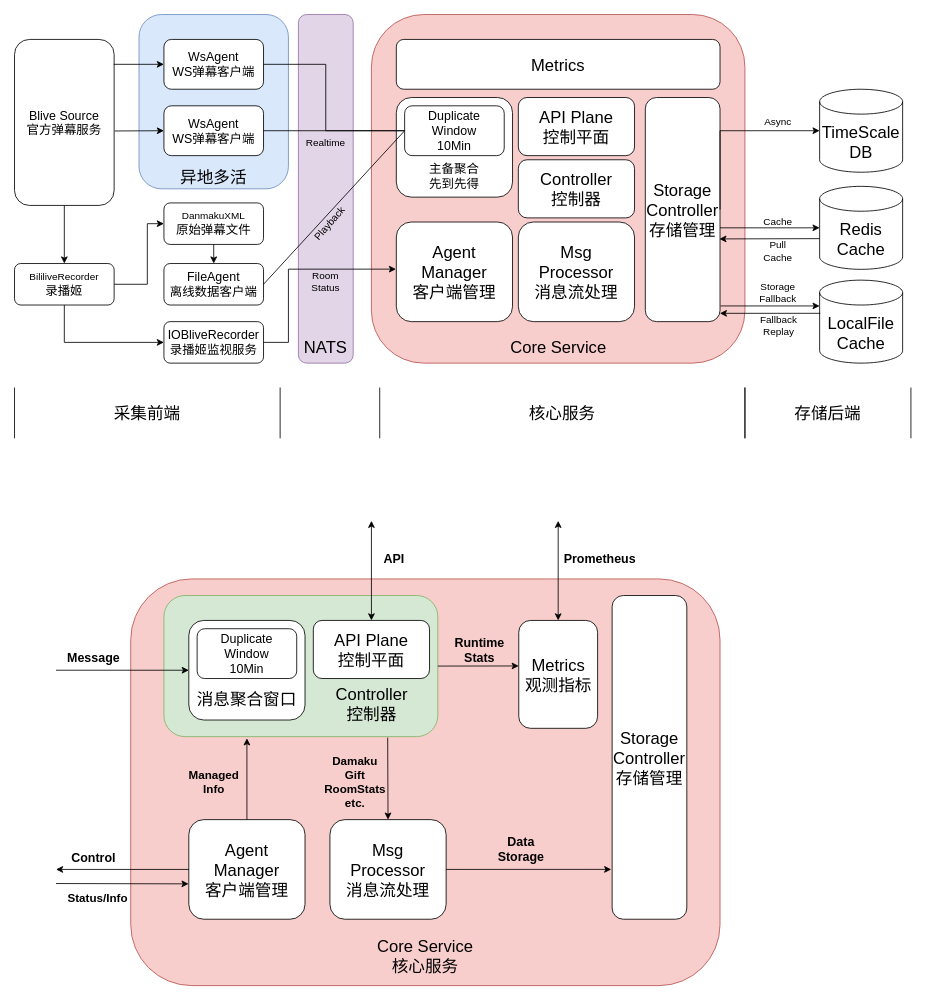
TiyaAnlite/FocotServices keeps this draw.io diagram as page "io-blive-damaku" (2 of 2) of docs/biliCenter.drawio. Above is the earlier version. Source tidied: cells renumbered, new cells numbered last; positions are measured from the earlier drawing's top-left corner, leaving out a move shared by most shapes. Both pictures are drawn from the tidied source at 83%, with x=0, y=0 at pixel (14, 14).
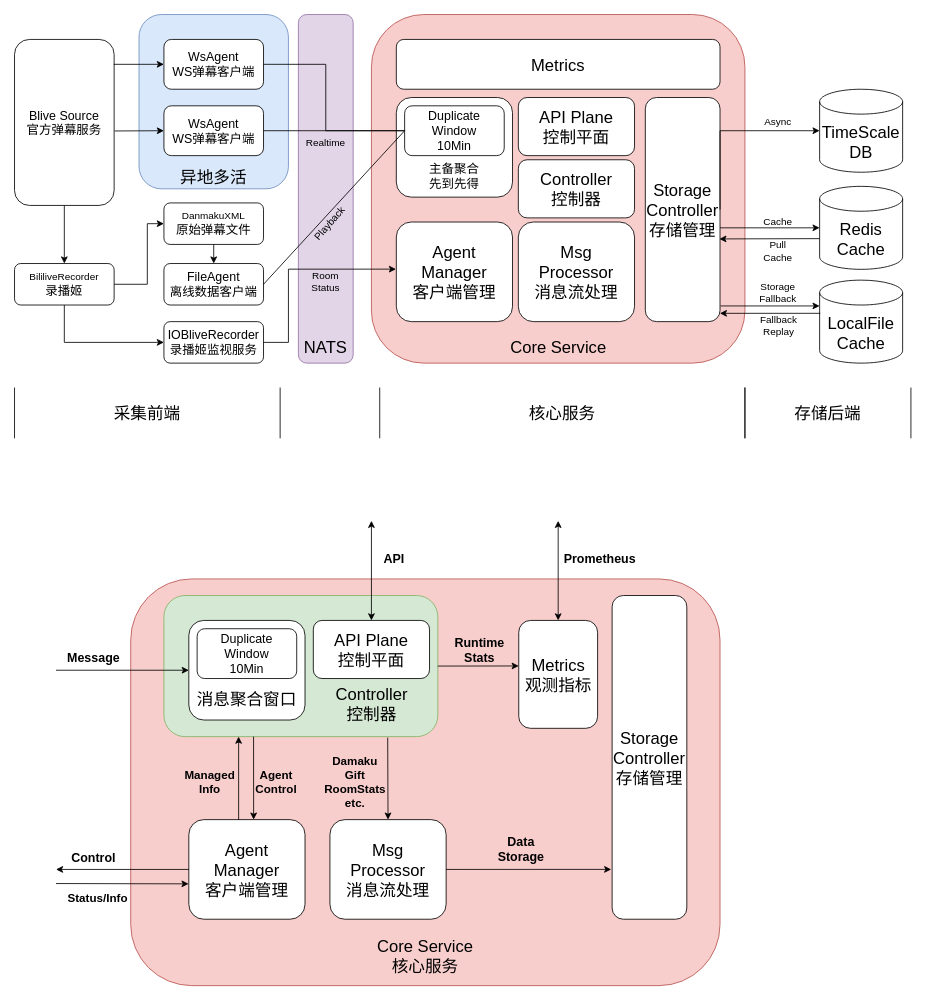
Above is the later version.

Unchanged cells that the change refers to:
```xml
<mxCell id="54" style="rounded=1;whiteSpace=wrap;html=1;fontSize=20;fillColor=#d5e8d4;strokeColor=#82b366;" parent="1" vertex="1">
  <mxGeometry x="180" y="700" width="330" height="170" as="geometry" />
</mxCell>
<mxCell id="61" value="Agent&lt;div&gt;Manager&lt;div&gt;客户端管理&lt;/div&gt;&lt;/div&gt;" style="rounded=1;whiteSpace=wrap;html=1;fontSize=20;" parent="1" vertex="1">
  <mxGeometry x="210" y="970" width="140" height="120" as="geometry" />
</mxCell>
```

Change to the diagram source:
```diff
@@
-    <mxCell id="75" style="endArrow=classic;html=1;rounded=0;exitX=0.5;exitY=0;exitDx=0;exitDy=0;entryX=0.303;entryY=1.012;entryDx=0;entryDy=0;entryPerimeter=0;" parent="1" edge="1" source="61" target="54">
-      <mxGeometry relative="1" as="geometry" />
+    <mxCell id="75" style="endArrow=classic;html=1;rounded=0;exitX=0.5;exitY=0;exitDx=0;exitDy=0;entryX=0.303;entryY=0.999;entryDx=0;entryDy=0;entryPerimeter=0;" parent="1" edge="1">
+      <mxGeometry relative="1" as="geometry">
+        <mxPoint x="270" y="970.2" as="sourcePoint" />
+        <mxPoint x="270" y="870" as="targetPoint" />
+      </mxGeometry>
     </mxCell>
     <mxCell id="76" value="&lt;font style=&quot;font-size: 14px;&quot;&gt;&lt;b&gt;Managed&lt;/b&gt;&lt;/font&gt;&lt;div&gt;&lt;font style=&quot;font-size: 14px;&quot;&gt;&lt;b&gt;Info&lt;/b&gt;&lt;/font&gt;&lt;/div&gt;" style="text;html=1;align=center;verticalAlign=middle;strokeColor=none;fillColor=none;" parent="1" vertex="1">
-      <mxGeometry x="200" y="900" width="80" height="50" as="geometry" />
+      <mxGeometry x="195" y="900" width="80" height="50" as="geometry" />
     </mxCell>
@@
+    <mxCell id="83" style="endArrow=classic;html=1;rounded=0;exitX=0.38;exitY=1.005;exitDx=0;exitDy=0;exitPerimeter=0;entryX=0.682;entryY=0.007;entryDx=0;entryDy=0;entryPerimeter=0;" parent="1" edge="1">
+      <mxGeometry relative="1" as="geometry">
+        <mxPoint x="288" y="870" as="sourcePoint" />
+        <mxPoint x="288.1" y="970" as="targetPoint" />
+      </mxGeometry>
+    </mxCell>
+    <mxCell id="84" value="&lt;span style=&quot;font-size: 14px;&quot;&gt;&lt;b&gt;Agent&lt;/b&gt;&lt;/span&gt;&lt;div&gt;&lt;span style=&quot;font-size: 14px;&quot;&gt;&lt;b&gt;Control&lt;/b&gt;&lt;/span&gt;&lt;/div&gt;" style="text;html=1;align=center;verticalAlign=middle;strokeColor=none;fillColor=none;" parent="1" vertex="1">
+      <mxGeometry x="280" y="900" width="70" height="50" as="geometry" />
+    </mxCell>
```
